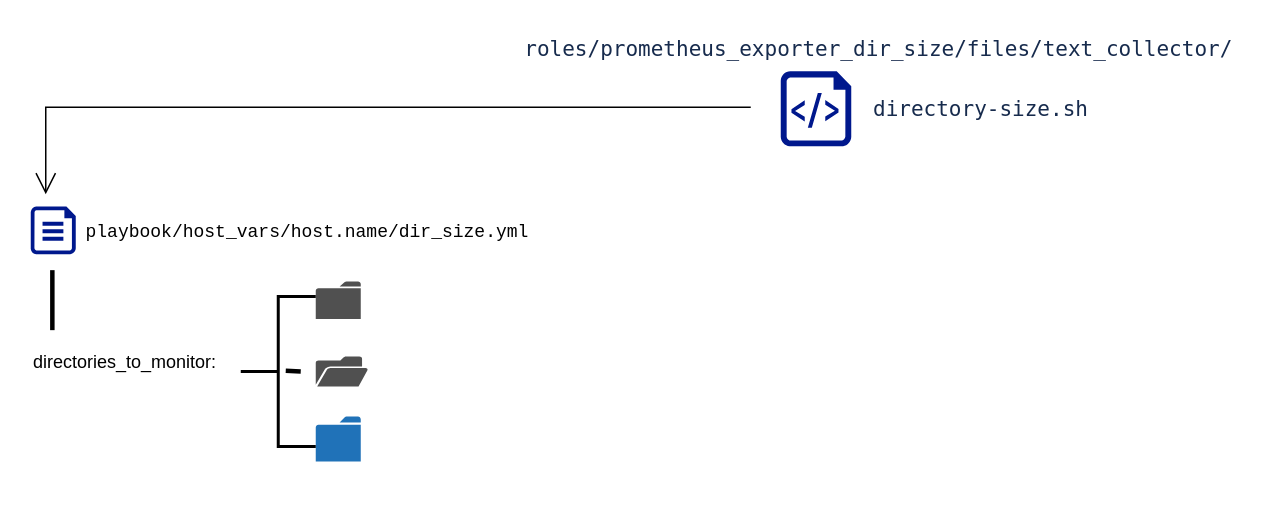
Before: Untitled Diagram.drawio in DimitrijaGj/Directory_size_monitoring_textcollector, a draw.io diagram. Source tidied: cells renumbered, new cells numbered last; positions are measured from the earlier drawing's top-left corner, leaving out a move shared by most shapes. Both pictures are drawn from the tidied source at 150%, with x=0, y=0 at pixel (30, 26).
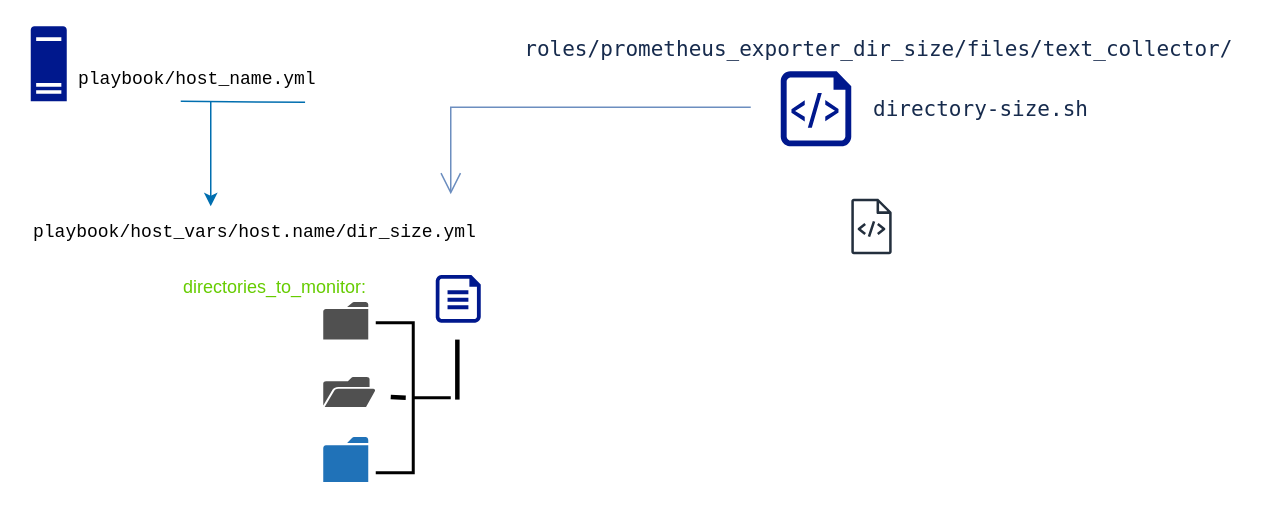
The same page after the edit.

Change to the diagram source:
```diff
@@
     <mxCell id="2" style="sketch=0;shadow=0;dashed=0;html=1;strokeColor=none;fillColor=#505050;labelPosition=center;verticalLabelPosition=bottom;verticalAlign=top;align=center;shape=mxgraph.office.concepts.folder;" parent="1" vertex="1">
-      <mxGeometry x="190" y="170.1" width="30" height="25" as="geometry" />
+      <mxGeometry x="195" y="183.9" width="30" height="25" as="geometry" />
     </mxCell>
     <mxCell id="3" style="sketch=0;shadow=0;dashed=0;html=1;strokeColor=none;fillColor=#505050;labelPosition=center;verticalLabelPosition=bottom;verticalAlign=top;align=center;shape=mxgraph.office.concepts.folder_open;" parent="1" vertex="1">
-      <mxGeometry x="190" y="220.1" width="35" height="20" as="geometry" />
+      <mxGeometry x="195" y="233.9" width="35" height="20" as="geometry" />
     </mxCell>
     <mxCell id="4" style="sketch=0;shadow=0;dashed=0;html=1;strokeColor=none;labelPosition=center;verticalLabelPosition=bottom;verticalAlign=top;align=center;shape=mxgraph.office.concepts.folder;fillColor=#2072B8;" parent="1" vertex="1">
-      <mxGeometry x="190" y="260.1" width="30" height="30" as="geometry" />
+      <mxGeometry x="195" y="273.9" width="30" height="30" as="geometry" />
     </mxCell>
     <mxCell id="5" style="sketch=0;shadow=0;dashed=0;html=1;strokeColor=none;labelPosition=center;verticalLabelPosition=bottom;verticalAlign=top;align=center;fillColor=#00188D;shape=mxgraph.azure.file;" parent="1" vertex="1">
-      <mxGeometry y="120.1" width="30" height="31.9" as="geometry" />
+      <mxGeometry x="270" y="165.8" width="30" height="31.9" as="geometry" />
     </mxCell>
     <mxCell id="6" value="&lt;pre&gt;&lt;font face=&quot;Courier New&quot;&gt;playbook/host_vars/host.name/dir_size.yml&lt;/font&gt;&lt;/pre&gt;" style="text;whiteSpace=wrap;html=1;" parent="1" vertex="1">
-      <mxGeometry x="35" y="112" width="260" height="40" as="geometry" />
+      <mxGeometry y="112" width="260" height="40" as="geometry" />
     </mxCell>
-    <mxCell id="7" style="strokeWidth=2;html=1;shape=mxgraph.flowchart.annotation_2;align=left;labelPosition=right;" parent="1" vertex="1">
-      <mxGeometry x="140" y="180.1" width="50" height="100" as="geometry" />
+    <mxCell id="7" style="strokeWidth=2;html=1;shape=mxgraph.flowchart.annotation_2;align=left;labelPosition=right;rotation=-180;" parent="1" vertex="1">
+      <mxGeometry x="230" y="197.7" width="50" height="100" as="geometry" />
     </mxCell>
     <mxCell id="8" style="endArrow=none;html=1;rounded=0;strokeWidth=3;" parent="1" edge="1">
       <mxGeometry relative="1" as="geometry">
-        <mxPoint x="170" y="229.6" as="sourcePoint" />
-        <mxPoint x="180" y="230.1" as="targetPoint" />
+        <mxPoint x="240" y="247.1" as="sourcePoint" />
+        <mxPoint x="250" y="247.6" as="targetPoint" />
       </mxGeometry>
     </mxCell>
-    <mxCell id="9" value="directories_to_monitor:" style="text;whiteSpace=wrap;html=1;" parent="1" vertex="1">
-      <mxGeometry y="210.1" width="160" height="40" as="geometry" />
+    <mxCell id="9" value="&lt;font color=&quot;#66cc00&quot;&gt;directories_to_monitor:&lt;/font&gt;" style="text;whiteSpace=wrap;html=1;" parent="1" vertex="1">
+      <mxGeometry x="100" y="159.6" width="160" height="44.3" as="geometry" />
     </mxCell>
     <mxCell id="10" style="endArrow=none;html=1;rounded=0;strokeWidth=3;" parent="1" edge="1">
       <mxGeometry relative="1" as="geometry">
-        <mxPoint x="14.4" y="202.6" as="sourcePoint" />
-        <mxPoint x="14.4" y="162.6" as="targetPoint" />
+        <mxPoint x="284.4" y="248.9" as="sourcePoint" />
+        <mxPoint x="284.4" y="208.9" as="targetPoint" />
       </mxGeometry>
     </mxCell>
@@
-    <mxCell id="14" style="endArrow=open;endFill=1;endSize=12;html=1;rounded=0;flowAnimation=1;" parent="1" edge="1">
+    <mxCell id="14" style="endArrow=open;endFill=1;endSize=12;html=1;rounded=0;flowAnimation=1;fillColor=#dae8fc;strokeColor=#6c8ebf;" parent="1" edge="1">
       <mxGeometry relative="1" as="geometry">
         <mxPoint x="480" y="54" as="sourcePoint" />
-        <mxPoint x="10" y="112" as="targetPoint" />
+        <mxPoint x="280" y="112" as="targetPoint" />
         <Array as="points">
-          <mxPoint x="130" y="54" />
-          <mxPoint x="10" y="54" />
+          <mxPoint x="280" y="54" />
         </Array>
       </mxGeometry>
     </mxCell>
+    <mxCell id="15" style="sketch=0;shadow=0;dashed=0;html=1;strokeColor=none;labelPosition=center;verticalLabelPosition=bottom;verticalAlign=top;align=center;fillColor=#00188D;shape=mxgraph.mscae.enterprise.server_generic;" parent="1" vertex="1">
+      <mxGeometry width="24" height="50" as="geometry" />
+    </mxCell>
+    <mxCell id="16" value="&lt;pre&gt;&lt;font face=&quot;Courier New&quot;&gt;playbook/host_name.yml&lt;/font&gt;&lt;/pre&gt;" style="text;whiteSpace=wrap;html=1;" parent="1" vertex="1">
+      <mxGeometry x="30" y="10" width="260" height="40" as="geometry" />
+    </mxCell>
+    <mxCell id="17" style="endArrow=classic;html=1;rounded=0;fillColor=#1ba1e2;strokeColor=#006EAF;" parent="1" edge="1">
+      <mxGeometry relative="1" as="geometry">
+        <mxPoint x="120" y="50" as="sourcePoint" />
+        <mxPoint x="120" y="120" as="targetPoint" />
+        <Array as="points">
+          <mxPoint x="120" y="90" />
+        </Array>
+      </mxGeometry>
+    </mxCell>
+    <mxCell id="18" style="endArrow=none;html=1;rounded=0;fillColor=#1ba1e2;strokeColor=#006EAF;entryX=0.588;entryY=1.018;entryDx=0;entryDy=0;entryPerimeter=0;" parent="1" edge="1" target="16">
+      <mxGeometry relative="1" as="geometry">
+        <mxPoint x="100" y="50" as="sourcePoint" />
+      </mxGeometry>
+    </mxCell>
+    <mxCell id="19" style="sketch=0;fontColor=#232F3E;gradientColor=none;fillColor=#232F3D;strokeColor=none;dashed=0;verticalLabelPosition=bottom;verticalAlign=top;align=center;html=1;fontSize=12;fontStyle=0;shape=mxgraph.aws4.source_code;" parent="1" vertex="1">
+      <mxGeometry x="547" y="115" width="27" height="37" as="geometry" />
+    </mxCell>
```
